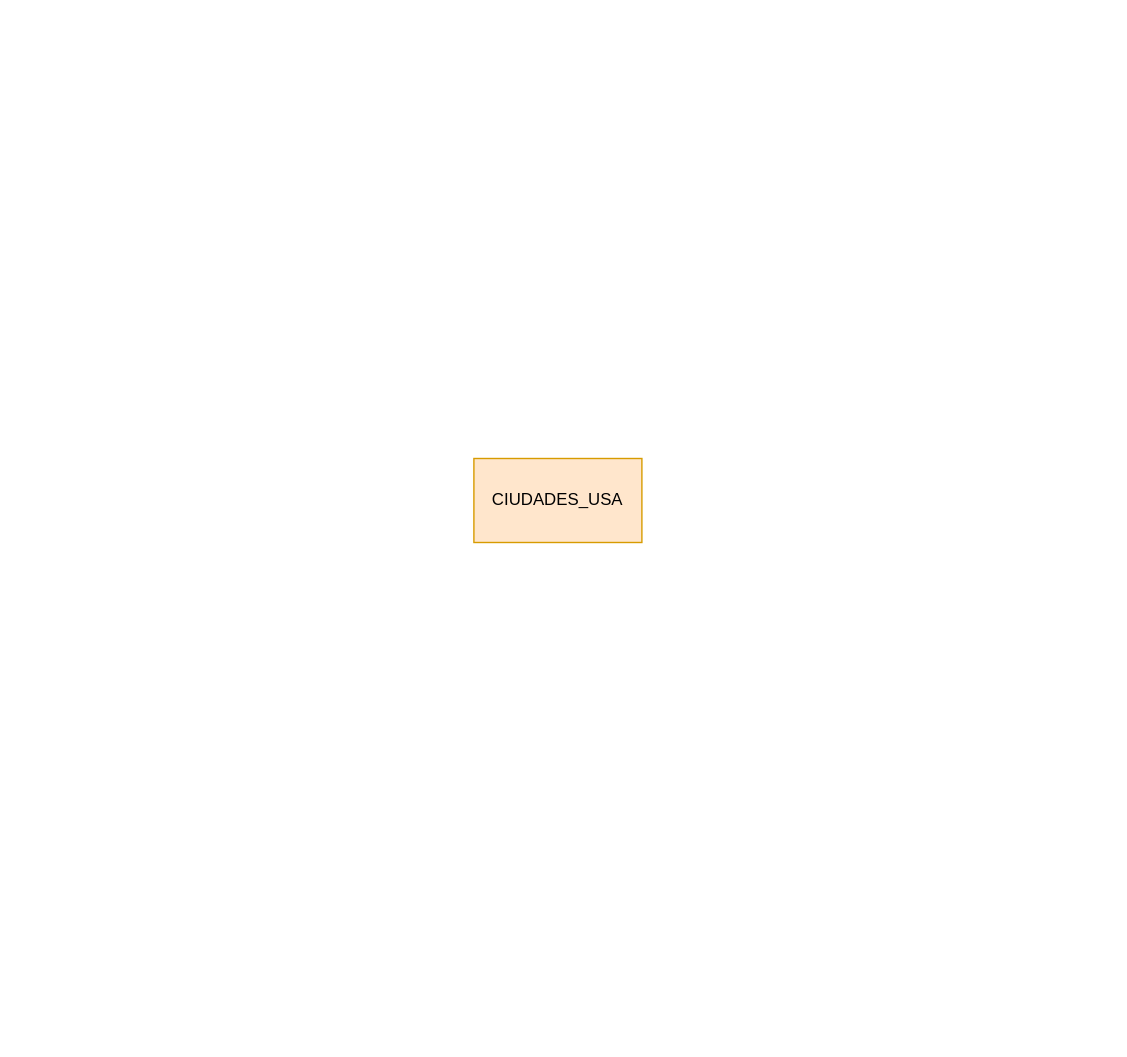
Earlier version of the draw.io diagram CIUDADES_USA.drawio (Damian674/Curso_CoderHouse). Source tidied: cells renumbered, new cells numbered last; positions are measured from the earlier drawing's top-left corner, leaving out a move shared by most shapes. Both pictures are drawn from the tidied source at 140%, with x=0, y=0 at pixel (473, 458).
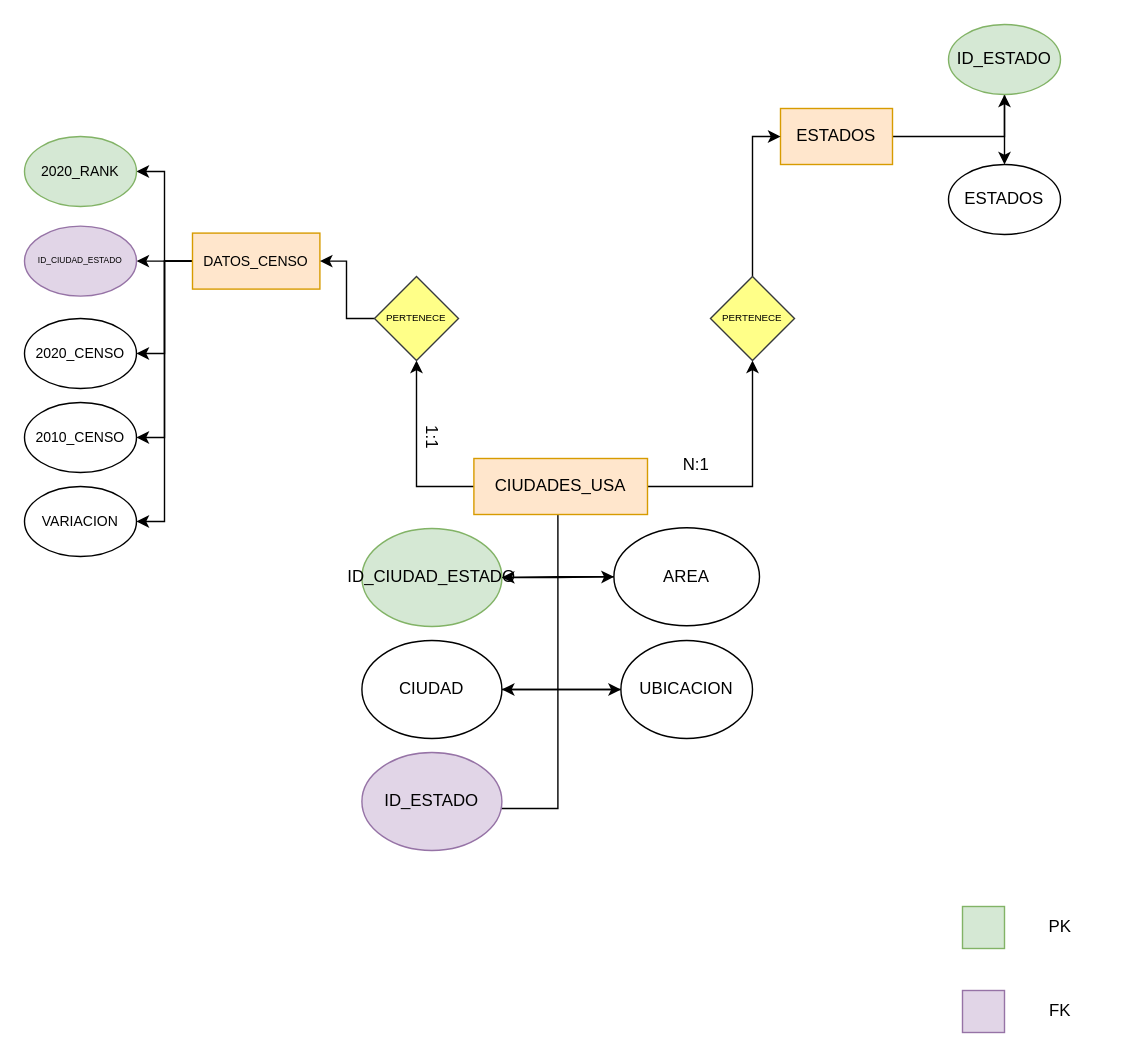
Above is the later version.

Commit message (it also covers changes not shown here):
normalizacion data set y diagrama relacion

What changed in the source:
```diff
@@
+    <mxCell id="3" style="edgeStyle=orthogonalEdgeStyle;rounded=0;jettySize=auto;html=1;entryX=1;entryY=0.5;entryDx=0;entryDy=0;" parent="1" edge="1" source="2" target="10">
+      <mxGeometry relative="1" as="geometry">
+        <Array as="points">
+          <mxPoint x="60" y="250" />
+          <mxPoint x="-10" y="250" />
+        </Array>
+      </mxGeometry>
+    </mxCell>
+    <mxCell id="4" style="edgeStyle=orthogonalEdgeStyle;rounded=0;jettySize=auto;html=1;entryX=0.5;entryY=1;entryDx=0;entryDy=0;" parent="1" edge="1" source="2" target="25">
+      <mxGeometry relative="1" as="geometry" />
+    </mxCell>
+    <mxCell id="5" style="edgeStyle=orthogonalEdgeStyle;rounded=0;jettySize=auto;html=1;entryX=0.5;entryY=1;entryDx=0;entryDy=0;" parent="1" edge="1" source="2" target="40">
+      <mxGeometry relative="1" as="geometry" />
+    </mxCell>
     <mxCell id="2" value="CIUDA&lt;span style=&quot;background-color: initial;&quot;&gt;DES_USA&lt;/span&gt;" style="rounded=0;whiteSpace=wrap;html=1;fillColor=#ffe6cc;strokeColor=#d79b00;" parent="1" vertex="1">
-      <mxGeometry width="120" height="60" as="geometry" />
+      <mxGeometry width="124" height="40" as="geometry" />
     </mxCell>
+    <mxCell id="6" style="edgeStyle=orthogonalEdgeStyle;rounded=0;jettySize=auto;html=1;entryX=0;entryY=0.5;entryDx=0;entryDy=0;" parent="1" edge="1" source="7" target="12">
+      <mxGeometry relative="1" as="geometry" />
+    </mxCell>
+    <mxCell id="7" value="ID_CIUDAD_ESTADO" style="ellipse;whiteSpace=wrap;html=1;fillColor=#d5e8d4;strokeColor=#82b366;" parent="1" vertex="1">
+      <mxGeometry x="-80" y="50" width="100" height="70" as="geometry" />
+    </mxCell>
+    <mxCell id="8" style="edgeStyle=orthogonalEdgeStyle;rounded=0;jettySize=auto;html=1;entryX=0;entryY=0.5;entryDx=0;entryDy=0;" parent="1" edge="1" source="9" target="14">
+      <mxGeometry relative="1" as="geometry" />
+    </mxCell>
+    <mxCell id="9" value="CIUDAD" style="ellipse;whiteSpace=wrap;html=1;" parent="1" vertex="1">
+      <mxGeometry x="-80" y="130" width="100" height="70" as="geometry" />
+    </mxCell>
+    <mxCell id="10" value="ID_ESTADO" style="ellipse;whiteSpace=wrap;html=1;fillColor=#e1d5e7;strokeColor=#9673a6;" parent="1" vertex="1">
+      <mxGeometry x="-80" y="210" width="100" height="70" as="geometry" />
+    </mxCell>
+    <mxCell id="11" style="edgeStyle=orthogonalEdgeStyle;rounded=0;jettySize=auto;html=1;entryX=1;entryY=0.5;entryDx=0;entryDy=0;" parent="1" edge="1" source="12" target="7">
+      <mxGeometry relative="1" as="geometry" />
+    </mxCell>
+    <mxCell id="12" value="AREA" style="ellipse;whiteSpace=wrap;html=1;" parent="1" vertex="1">
+      <mxGeometry x="100" y="49.5" width="104" height="70" as="geometry" />
+    </mxCell>
+    <mxCell id="13" style="edgeStyle=orthogonalEdgeStyle;rounded=0;jettySize=auto;html=1;entryX=1;entryY=0.5;entryDx=0;entryDy=0;" parent="1" edge="1" source="14" target="9">
+      <mxGeometry relative="1" as="geometry" />
+    </mxCell>
+    <mxCell id="14" value="UBICACION" style="ellipse;whiteSpace=wrap;html=1;" parent="1" vertex="1">
+      <mxGeometry x="105" y="130" width="94" height="70" as="geometry" />
+    </mxCell>
+    <mxCell id="15" style="whiteSpace=wrap;html=1;fillColor=#d5e8d4;strokeColor=#82b366;" parent="1" vertex="1">
+      <mxGeometry x="349" y="320" width="30" height="30" as="geometry" />
+    </mxCell>
+    <mxCell id="16" value="PK" style="text;html=1;align=center;verticalAlign=middle;whiteSpace=wrap;rounded=0;" parent="1" vertex="1">
+      <mxGeometry x="389" y="320" width="60" height="30" as="geometry" />
+    </mxCell>
+    <mxCell id="17" style="whiteSpace=wrap;html=1;fillColor=#e1d5e7;strokeColor=#9673a6;direction=south;" parent="1" vertex="1">
+      <mxGeometry x="349" y="380" width="30" height="30" as="geometry" />
+    </mxCell>
+    <mxCell id="18" value="FK" style="text;html=1;align=center;verticalAlign=middle;whiteSpace=wrap;rounded=0;" parent="1" vertex="1">
+      <mxGeometry x="389" y="380" width="60" height="30" as="geometry" />
+    </mxCell>
+    <mxCell id="19" style="edgeStyle=orthogonalEdgeStyle;rounded=0;jettySize=auto;html=1;entryX=0.5;entryY=1;entryDx=0;entryDy=0;" parent="1" edge="1" source="20" target="22">
+      <mxGeometry relative="1" as="geometry" />
+    </mxCell>
+    <mxCell id="20" value="ESTADOS" style="rounded=0;whiteSpace=wrap;html=1;fillColor=#ffe6cc;strokeColor=#d79b00;" parent="1" vertex="1">
+      <mxGeometry x="219" y="-250" width="80" height="40" as="geometry" />
+    </mxCell>
+    <mxCell id="21" style="edgeStyle=orthogonalEdgeStyle;rounded=0;jettySize=auto;html=1;entryX=0.5;entryY=0;entryDx=0;entryDy=0;" parent="1" edge="1" source="22" target="23">
+      <mxGeometry relative="1" as="geometry" />
+    </mxCell>
+    <mxCell id="22" value="ID_ESTADO" style="ellipse;whiteSpace=wrap;html=1;fillColor=#d5e8d4;strokeColor=#82b366;" parent="1" vertex="1">
+      <mxGeometry x="339" y="-310" width="80" height="50" as="geometry" />
+    </mxCell>
+    <mxCell id="23" value="ESTADOS" style="ellipse;whiteSpace=wrap;html=1;" parent="1" vertex="1">
+      <mxGeometry x="339" y="-210" width="80" height="50" as="geometry" />
+    </mxCell>
+    <mxCell id="24" style="edgeStyle=orthogonalEdgeStyle;rounded=0;jettySize=auto;html=1;entryX=0;entryY=0.5;entryDx=0;entryDy=0;" parent="1" edge="1" source="25" target="20">
+      <mxGeometry relative="1" as="geometry" />
+    </mxCell>
+    <mxCell id="25" value="PERTENECE" style="rhombus;whiteSpace=wrap;html=1;fontSize=7;fillColor=#ffff88;strokeColor=#36393d;" parent="1" vertex="1">
+      <mxGeometry x="169" y="-130" width="60" height="60" as="geometry" />
+    </mxCell>
+    <mxCell id="26" value="N:1" style="text;html=1;align=center;verticalAlign=middle;whiteSpace=wrap;rounded=0;" parent="1" vertex="1">
+      <mxGeometry x="129" y="-10" width="60" height="30" as="geometry" />
+    </mxCell>
+    <mxCell id="27" style="edgeStyle=orthogonalEdgeStyle;rounded=0;jettySize=auto;html=1;entryX=1;entryY=0.5;entryDx=0;entryDy=0;" parent="1" edge="1" source="32" target="34">
+      <mxGeometry relative="1" as="geometry" />
+    </mxCell>
+    <mxCell id="28" style="edgeStyle=orthogonalEdgeStyle;rounded=0;jettySize=auto;html=1;entryX=1;entryY=0.5;entryDx=0;entryDy=0;" parent="1" edge="1" source="32" target="33">
+      <mxGeometry relative="1" as="geometry" />
+    </mxCell>
+    <mxCell id="29" style="edgeStyle=orthogonalEdgeStyle;rounded=0;jettySize=auto;html=1;entryX=1;entryY=0.5;entryDx=0;entryDy=0;" parent="1" edge="1" source="32" target="36">
+      <mxGeometry relative="1" as="geometry">
+        <Array as="points">
+          <mxPoint x="-221" y="-141" />
+          <mxPoint x="-221" y="-75" />
+        </Array>
+      </mxGeometry>
+    </mxCell>
+    <mxCell id="30" style="edgeStyle=orthogonalEdgeStyle;rounded=0;jettySize=auto;html=1;entryX=1;entryY=0.5;entryDx=0;entryDy=0;" parent="1" edge="1" source="32" target="37">
+      <mxGeometry relative="1" as="geometry" />
+    </mxCell>
+    <mxCell id="31" style="edgeStyle=orthogonalEdgeStyle;rounded=0;jettySize=auto;html=1;entryX=1;entryY=0.5;entryDx=0;entryDy=0;" parent="1" edge="1" source="32" target="38">
+      <mxGeometry relative="1" as="geometry" />
+    </mxCell>
+    <mxCell id="32" value="DATOS_CENSO" style="rounded=0;whiteSpace=wrap;html=1;fontSize=10;fillColor=#ffe6cc;strokeColor=#d79b00;" parent="1" vertex="1">
+      <mxGeometry x="-201" y="-161" width="91" height="40" as="geometry" />
+    </mxCell>
+    <mxCell id="33" value="2020_RANK" style="ellipse;whiteSpace=wrap;html=1;fontSize=10;fillColor=#d5e8d4;strokeColor=#82b366;" parent="1" vertex="1">
+      <mxGeometry x="-321" y="-230" width="80" height="50" as="geometry" />
+    </mxCell>
+    <mxCell id="34" value="ID_CIUDAD_ESTADO" style="ellipse;whiteSpace=wrap;html=1;fontSize=6;fillColor=#e1d5e7;strokeColor=#9673a6;" parent="1" vertex="1">
+      <mxGeometry x="-321" y="-166" width="80" height="50" as="geometry" />
+    </mxCell>
+    <mxCell id="35" style="edgeStyle=orthogonalEdgeStyle;rounded=0;jettySize=auto;html=1;exitX=1;exitY=0.5;exitDx=0;exitDy=0;" parent="1" edge="1" source="36">
+      <mxGeometry relative="1" as="geometry">
+        <mxPoint x="-240.5" y="-74.5" as="targetPoint" />
+      </mxGeometry>
+    </mxCell>
+    <mxCell id="36" value="2020_CENSO" style="ellipse;whiteSpace=wrap;html=1;fontSize=10;" parent="1" vertex="1">
+      <mxGeometry x="-321" y="-100" width="80" height="50" as="geometry" />
+    </mxCell>
+    <mxCell id="37" value="2010_CENSO" style="ellipse;whiteSpace=wrap;html=1;fontSize=10;" parent="1" vertex="1">
+      <mxGeometry x="-321" y="-40" width="80" height="50" as="geometry" />
+    </mxCell>
+    <mxCell id="38" value="VARIACION" style="ellipse;whiteSpace=wrap;html=1;fontSize=10;" parent="1" vertex="1">
+      <mxGeometry x="-321" y="20" width="80" height="50" as="geometry" />
+    </mxCell>
+    <mxCell id="39" style="edgeStyle=orthogonalEdgeStyle;rounded=0;jettySize=auto;html=1;entryX=1;entryY=0.5;entryDx=0;entryDy=0;" parent="1" edge="1" source="40" target="32">
+      <mxGeometry relative="1" as="geometry" />
+    </mxCell>
+    <mxCell id="40" value="PERTENECE" style="rhombus;whiteSpace=wrap;html=1;fontSize=7;fillColor=#ffff88;strokeColor=#36393d;" parent="1" vertex="1">
+      <mxGeometry x="-71" y="-130" width="60" height="60" as="geometry" />
+    </mxCell>
+    <mxCell id="41" value="1:1" style="text;html=1;align=center;verticalAlign=middle;whiteSpace=wrap;rounded=0;rotation=90;" parent="1" vertex="1">
+      <mxGeometry x="-60" y="-30" width="60" height="30" as="geometry" />
+    </mxCell>
```
